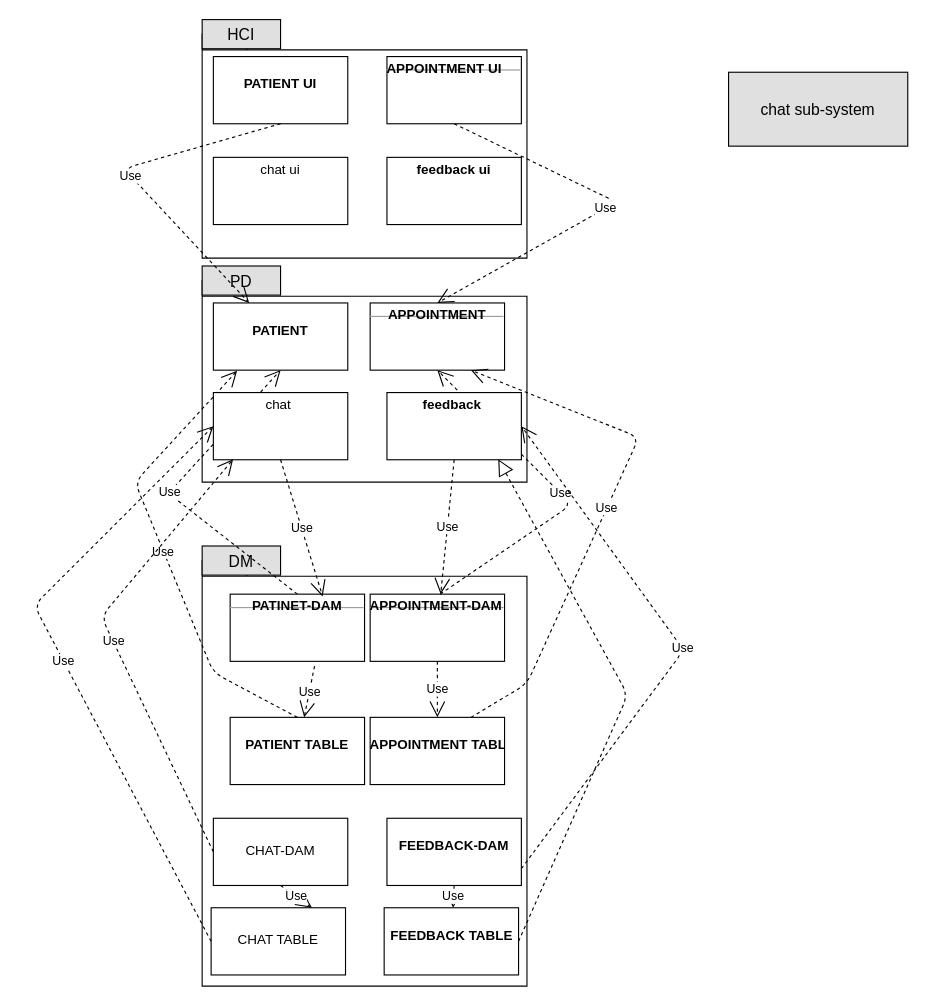
The draw.io diagram pachage diagram chat.drawio in mohammadamir98/Sama_sw1, before the edit. Source tidied: cells renumbered, new cells numbered last; positions are measured from the earlier drawing's top-left corner, leaving out a move shared by most shapes. Both pictures are drawn from the tidied source at 112%, with x=0, y=0 at pixel (34, 19).
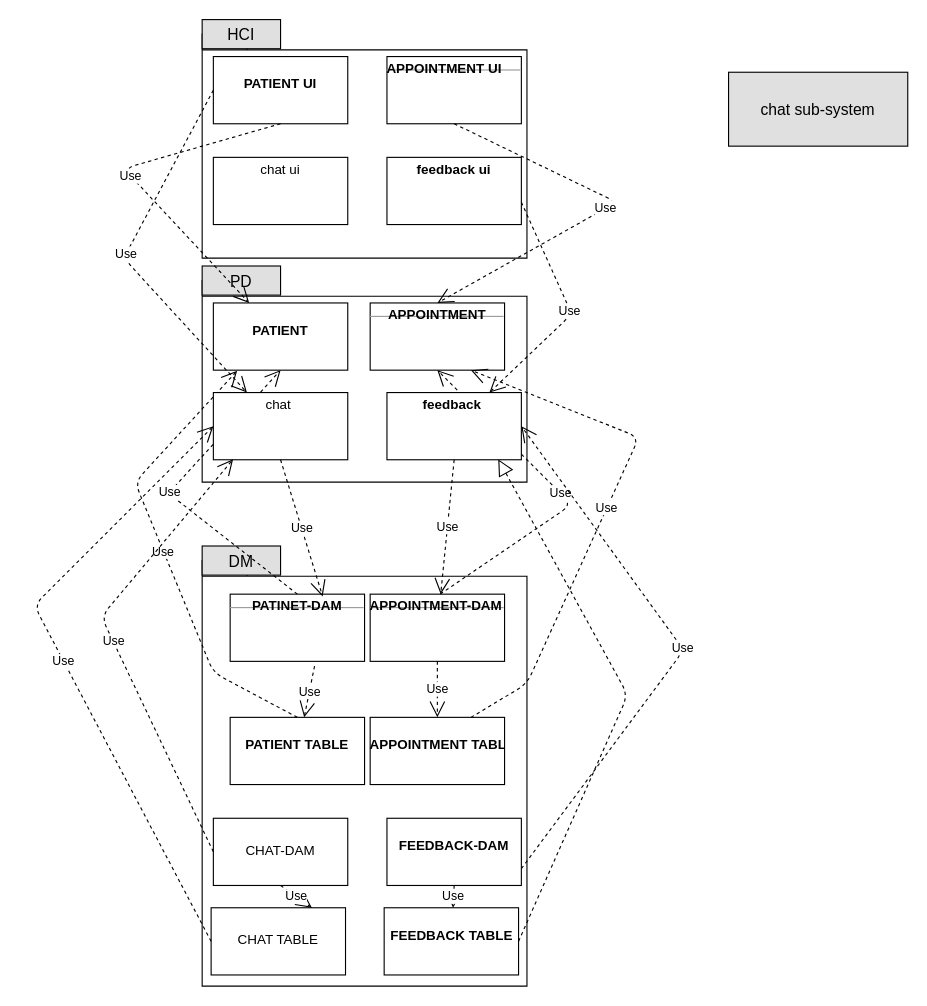
Above is the later version.

Unchanged cells that the change refers to:
```xml
<mxCell id="9" value="&lt;p style=&quot;margin: 0px ; margin-top: 4px ; text-align: center&quot;&gt;&lt;br&gt;&lt;b&gt;PATIENT UI&lt;/b&gt;&lt;/p&gt;" style="verticalAlign=top;align=left;overflow=fill;fontSize=12;fontFamily=Helvetica;html=1;" parent="1" vertex="1">
  <mxGeometry x="160" y="33" width="120" height="60" as="geometry" />
</mxCell>
<mxCell id="27" value="&lt;p style=&quot;margin: 0px ; margin-top: 4px ; text-align: center&quot;&gt;&lt;/p&gt;&lt;div style=&quot;text-align: center ; height: 2px&quot;&gt;&lt;b&gt;feedback&amp;nbsp;&lt;/b&gt;&lt;/div&gt;" style="verticalAlign=top;align=left;overflow=fill;fontSize=12;fontFamily=Helvetica;html=1;" parent="1" vertex="1">
  <mxGeometry x="315" y="333" width="120" height="60" as="geometry" />
</mxCell>
<mxCell id="28" value="&lt;p style=&quot;margin: 0px ; margin-top: 4px ; text-align: center&quot;&gt;chat&amp;nbsp;&lt;/p&gt;" style="verticalAlign=top;align=left;overflow=fill;fontSize=12;fontFamily=Helvetica;html=1;" parent="1" vertex="1">
  <mxGeometry x="160" y="333" width="120" height="60" as="geometry" />
</mxCell>
```

Diff of the diagram source:
```diff
@@
+    <mxCell id="41" value="Use" style="endArrow=open;endSize=12;dashed=1;html=1;" parent="1" edge="1" target="27">
+      <mxGeometry relative="1" as="geometry">
+        <mxPoint x="435" y="163" as="sourcePoint" />
+        <Array as="points">
+          <mxPoint x="480" y="263" />
+        </Array>
+      </mxGeometry>
+    </mxCell>
+    <mxCell id="42" value="Use" style="endArrow=open;endSize=12;dashed=1;html=1;exitX=0;exitY=0.5;exitDx=0;exitDy=0;entryX=0.25;entryY=0;entryDx=0;entryDy=0;" parent="1" edge="1" source="9" target="28">
+      <mxGeometry relative="1" as="geometry">
+        <Array as="points">
+          <mxPoint x="80" y="213" />
+        </Array>
+      </mxGeometry>
+    </mxCell>
```
